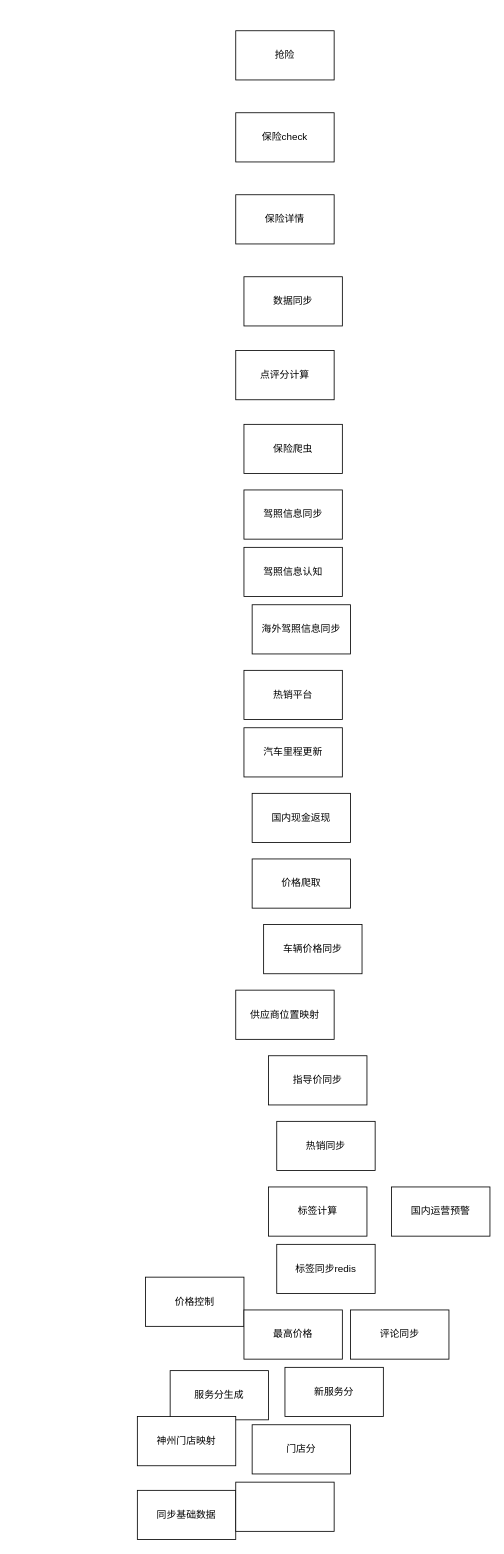
This is page "运营job" (7 of 7) of ctrip.drawio from Echidnaaa/draw, a draw.io file, before an edit. Source tidied: cells renumbered, new cells numbered last; positions are measured from the earlier drawing's top-left corner, leaving out a move shared by most shapes. Both pictures are drawn from the tidied source at 82%, with x=0, y=0 at pixel (137, 30).
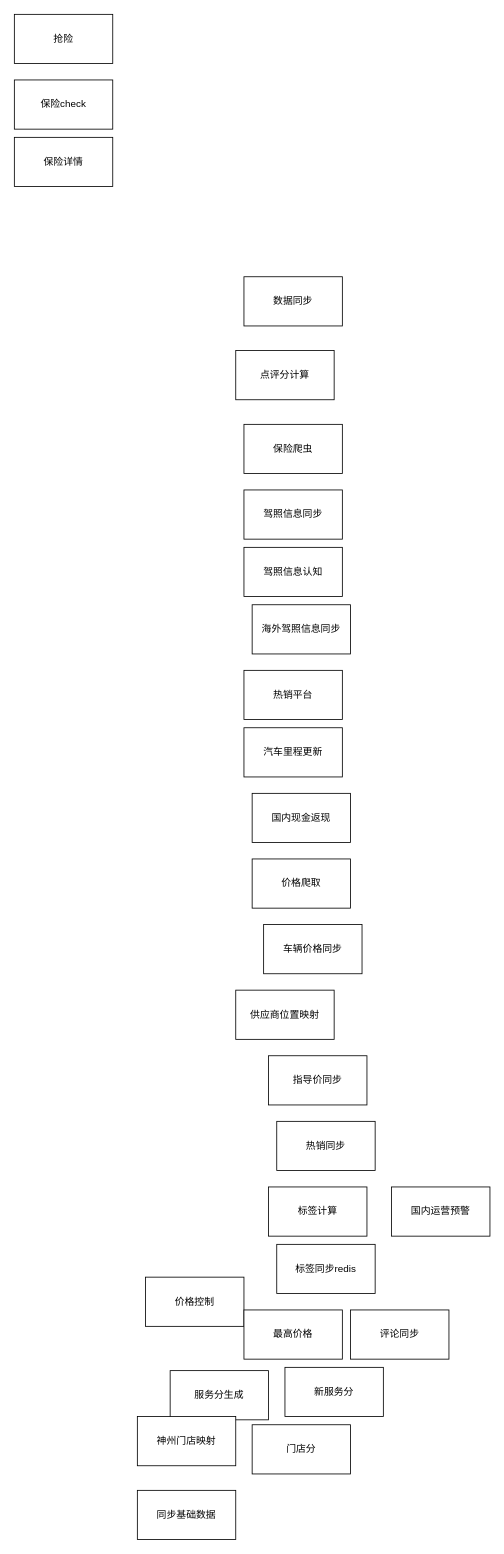
After the change.

Change to the diagram source:
```diff
@@
     <mxCell id="2" value="抢险" style="rounded=0;whiteSpace=wrap;html=1;" parent="1" vertex="1">
-      <mxGeometry x="120" width="120" height="60" as="geometry" />
+      <mxGeometry x="-150" y="-20" width="120" height="60" as="geometry" />
     </mxCell>
     <mxCell id="3" value="保险check" style="whiteSpace=wrap;html=1;" parent="1" vertex="1">
-      <mxGeometry x="120" y="100" width="120" height="60" as="geometry" />
+      <mxGeometry x="-150" y="60" width="120" height="60" as="geometry" />
     </mxCell>
     <mxCell id="4" value="保险详情" style="whiteSpace=wrap;html=1;" parent="1" vertex="1">
-      <mxGeometry x="120" y="200" width="120" height="60" as="geometry" />
+      <mxGeometry x="-150" y="130" width="120" height="60" as="geometry" />
     </mxCell>
@@
-    <mxCell id="30" style="whiteSpace=wrap;html=1;" parent="1" vertex="1">
-      <mxGeometry x="120" y="1770" width="120" height="60" as="geometry" />
-    </mxCell>
```
